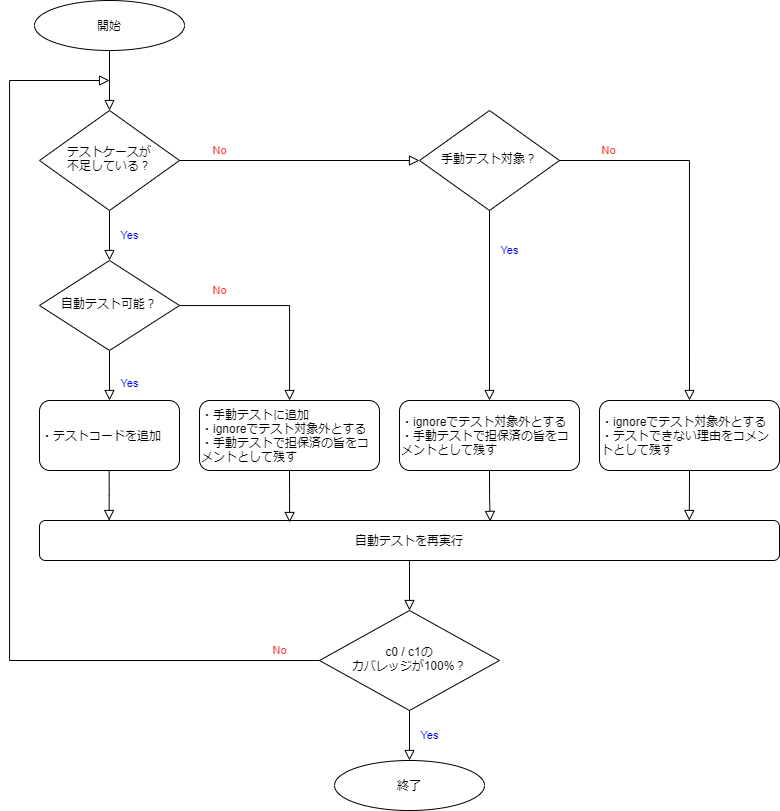
This is website/docs/react-native/santoku/test-planning/ut-reconfirmation-flow.drawio.png from ws-4020/mobile-app-crib-notes, a draw.io export, as it was before one commit. Source tidied: cells renumbered, new cells last; positions are measured from the earlier drawing's top-left corner, leaving out a move shared by most shapes.
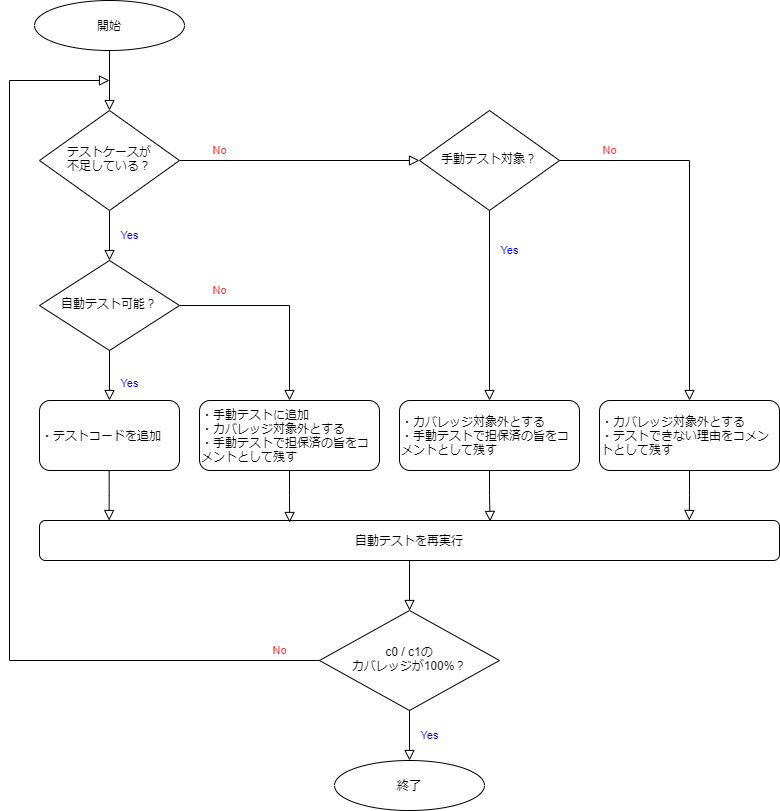
Later version of the same file.

Commit message:
istanbul ignoreについて深掘り

The edit, as a diff of the source:
```diff
@@ -28,7 +28,7 @@
     <mxCell id="9" value="・テストコードを追加" style="rounded=1;whiteSpace=wrap;html=1;fontSize=12;glass=0;strokeWidth=1;shadow=0;align=left;" parent="1" vertex="1">
       <mxGeometry x="30" y="400" width="140" height="70" as="geometry" />
     </mxCell>
-    <mxCell id="10" value="・手動テストに追加&lt;br&gt;・ignoreでテスト対象外とする&lt;br&gt;・手動テストで担保済の旨をコメントとして残す" style="rounded=1;whiteSpace=wrap;html=1;fontSize=12;glass=0;strokeWidth=1;shadow=0;align=left;" parent="1" vertex="1">
+    <mxCell id="10" value="・手動テストに追加&lt;br&gt;・カバレッジ対象外とする&lt;br&gt;・手動テストで担保済の旨をコメントとして残す" style="rounded=1;whiteSpace=wrap;html=1;fontSize=12;glass=0;strokeWidth=1;shadow=0;align=left;" parent="1" vertex="1">
       <mxGeometry x="190" y="400" width="180" height="70" as="geometry" />
     </mxCell>
     <mxCell id="11" value="開始" style="strokeWidth=1;html=1;shape=mxgraph.flowchart.start_2;whiteSpace=wrap;" parent="1" vertex="1">
@@ -37,13 +37,13 @@
     <mxCell id="12" value="手動テスト対象？" style="rhombus;whiteSpace=wrap;html=1;shadow=0;fontFamily=Helvetica;fontSize=12;align=center;strokeWidth=1;spacing=6;spacingTop=-4;" parent="1" vertex="1">
       <mxGeometry x="410" y="110" width="140" height="100" as="geometry" />
     </mxCell>
-    <mxCell id="13" value="・ignoreでテスト対象外とする&lt;br&gt;・手動テストで担保済の旨をコメントとして残す" style="rounded=1;whiteSpace=wrap;html=1;fontSize=12;glass=0;strokeWidth=1;shadow=0;align=left;" parent="1" vertex="1">
+    <mxCell id="13" value="・カバレッジ対象外とする&lt;br&gt;・手動テストで担保済の旨をコメントとして残す" style="rounded=1;whiteSpace=wrap;html=1;fontSize=12;glass=0;strokeWidth=1;shadow=0;align=left;" parent="1" vertex="1">
       <mxGeometry x="390" y="400" width="180" height="70" as="geometry" />
     </mxCell>
     <mxCell id="14" value="Yes" style="edgeStyle=orthogonalEdgeStyle;rounded=0;html=1;jettySize=auto;fontSize=11;endArrow=block;endFill=0;endSize=8;strokeWidth=1;shadow=0;labelBackgroundColor=none;fontColor=#0000FF;entryX=0.5;entryY=0;entryDx=0;entryDy=0;exitX=0.5;exitY=1;exitDx=0;exitDy=0;" parent="1" edge="1" source="12" target="13">
       <mxGeometry x="-0.58" y="20" relative="1" as="geometry" />
     </mxCell>
-    <mxCell id="15" value="・ignoreでテスト対象外とする&lt;br&gt;・テストできない理由をコメントとして残す" style="rounded=1;whiteSpace=wrap;html=1;fontSize=12;glass=0;strokeWidth=1;shadow=0;align=left;" parent="1" vertex="1">
+    <mxCell id="15" value="・カバレッジ対象外とする&lt;br&gt;・テストできない理由をコメントとして残す" style="rounded=1;whiteSpace=wrap;html=1;fontSize=12;glass=0;strokeWidth=1;shadow=0;align=left;" parent="1" vertex="1">
       <mxGeometry x="590" y="400" width="180" height="70" as="geometry" />
     </mxCell>
     <mxCell id="16" value="No" style="edgeStyle=orthogonalEdgeStyle;rounded=0;html=1;jettySize=auto;fontSize=11;endArrow=block;endFill=0;endSize=8;strokeWidth=1;shadow=0;labelBackgroundColor=none;fontColor=#FF3333;entryX=0.5;entryY=0;entryDx=0;entryDy=0;exitX=1;exitY=0.5;exitDx=0;exitDy=0;" parent="1" edge="1" source="12" target="15">
```
